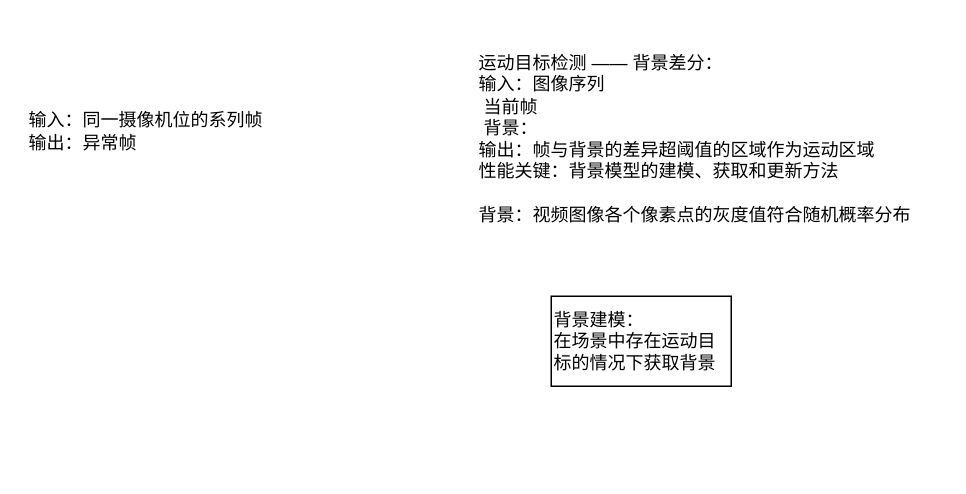
This is page "第 2 页" (2 of 2) of Untitled Diagram.drawio from nightluo/learning, a draw.io file, before an edit. Source tidied: cells renumbered, new cells numbered last; positions are measured from the earlier drawing's top-left corner, leaving out a move shared by most shapes. Both pictures are drawn from the tidied source at 150%, with x=0, y=0 at pixel (26, 40).
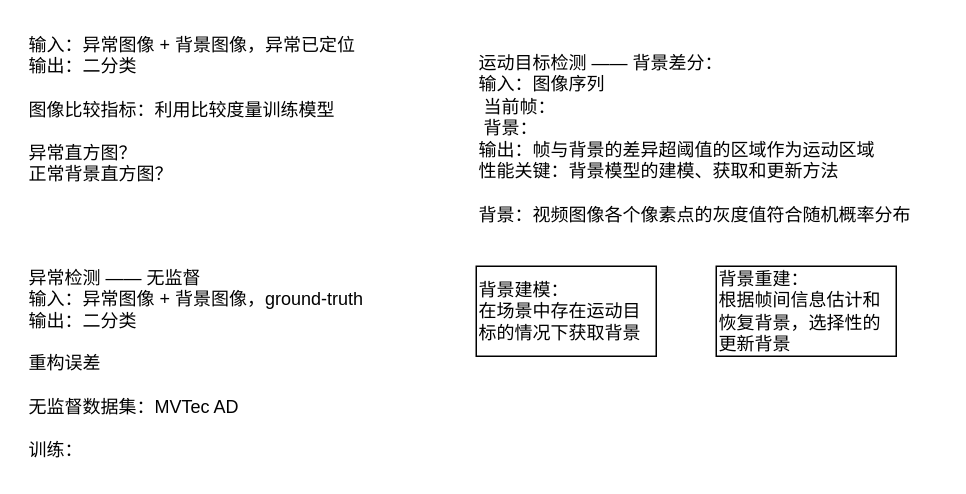
The same diagram, later.

Diff of the diagram source:
```diff
@@
 <mxGraphModel>
   <root>
     <mxCell id="0" />
     <mxCell id="1" parent="0" />
-    <mxCell id="2" value="输入：同一摄像机位的系列帧&lt;br&gt;&lt;div style=&quot;&quot;&gt;&lt;span style=&quot;background-color: initial;&quot;&gt;输出：异常帧&lt;/span&gt;&lt;/div&gt;" style="text;html=1;align=left;verticalAlign=middle;strokeColor=none;fillColor=none;" parent="1" vertex="1">
-      <mxGeometry y="40" width="180" height="40" as="geometry" />
+    <mxCell id="2" value="输入：异常图像 + 背景图像，异常已定位&lt;br&gt;&lt;div style=&quot;&quot;&gt;&lt;span style=&quot;background-color: initial;&quot;&gt;输出：二分类&lt;/span&gt;&lt;/div&gt;&lt;div style=&quot;&quot;&gt;&lt;span style=&quot;background-color: initial;&quot;&gt;&lt;br&gt;&lt;/span&gt;&lt;/div&gt;&lt;div style=&quot;&quot;&gt;&lt;span style=&quot;background-color: initial;&quot;&gt;图像比较指标：利用比较度量训练模型&lt;/span&gt;&lt;/div&gt;&lt;div style=&quot;&quot;&gt;&lt;br&gt;&lt;/div&gt;&lt;div style=&quot;&quot;&gt;异常直方图？&lt;/div&gt;&lt;div style=&quot;&quot;&gt;正常背景直方图？&lt;/div&gt;&lt;div style=&quot;&quot;&gt;&lt;br&gt;&lt;/div&gt;&lt;div style=&quot;&quot;&gt;&lt;br&gt;&lt;/div&gt;" style="text;html=1;align=left;verticalAlign=middle;strokeColor=none;fillColor=none;" parent="1" vertex="1">
+      <mxGeometry y="-10" width="240" height="140" as="geometry" />
     </mxCell>
-    <mxCell id="3" value="运动目标检测 —— 背景差分：&lt;br&gt;输入：图像序列&lt;br&gt;&lt;span style=&quot;white-space: pre;&quot;&gt; &lt;/span&gt;当前帧&lt;br&gt;&lt;span style=&quot;white-space: pre;&quot;&gt; &lt;/span&gt;背景：&lt;br&gt;&lt;div style=&quot;&quot;&gt;&lt;span style=&quot;background-color: initial;&quot;&gt;输出：帧与背景的差异超阈值的区域作为运动区域&lt;/span&gt;&lt;/div&gt;&lt;div style=&quot;&quot;&gt;&lt;span style=&quot;background-color: initial;&quot;&gt;性能关键：背景模型的建模、获取和更新方法&lt;/span&gt;&lt;/div&gt;&lt;div style=&quot;&quot;&gt;&lt;span style=&quot;background-color: initial;&quot;&gt;&lt;br&gt;&lt;/span&gt;&lt;/div&gt;&lt;div style=&quot;&quot;&gt;&lt;span style=&quot;background-color: initial;&quot;&gt;背景：视频图像各个像素点的灰度值符合随机概率分布&lt;/span&gt;&lt;/div&gt;" style="text;html=1;align=left;verticalAlign=middle;strokeColor=none;fillColor=none;" parent="1" vertex="1">
+    <mxCell id="3" value="运动目标检测 —— 背景差分：&lt;br&gt;输入：图像序列&lt;br&gt;&lt;span style=&quot;white-space: pre;&quot;&gt; &lt;/span&gt;当前帧：&lt;br&gt;&lt;span style=&quot;white-space: pre;&quot;&gt; &lt;/span&gt;背景：&lt;br&gt;&lt;div style=&quot;&quot;&gt;&lt;span style=&quot;background-color: initial;&quot;&gt;输出：帧与背景的差异超阈值的区域作为运动区域&lt;/span&gt;&lt;/div&gt;&lt;div style=&quot;&quot;&gt;&lt;span style=&quot;background-color: initial;&quot;&gt;性能关键：背景模型的建模、获取和更新方法&lt;/span&gt;&lt;/div&gt;&lt;div style=&quot;&quot;&gt;&lt;span style=&quot;background-color: initial;&quot;&gt;&lt;br&gt;&lt;/span&gt;&lt;/div&gt;&lt;div style=&quot;&quot;&gt;&lt;span style=&quot;background-color: initial;&quot;&gt;背景：视频图像各个像素点的灰度值符合随机概率分布&lt;/span&gt;&lt;/div&gt;" style="text;html=1;align=left;verticalAlign=middle;strokeColor=none;fillColor=none;" parent="1" vertex="1">
       <mxGeometry x="300" width="310" height="130" as="geometry" />
     </mxCell>
     <mxCell id="4" value="背景建模：&lt;br&gt;在场景中存在运动目标的情况下获取背景" style="whiteSpace=wrap;html=1;align=left;" parent="1" vertex="1">
-      <mxGeometry x="350" y="170" width="120" height="60" as="geometry" />
+      <mxGeometry x="300" y="150" width="120" height="60" as="geometry" />
     </mxCell>
+    <mxCell id="5" value="背景重建：&lt;br&gt;根据帧间信息估计和恢复背景，选择性的更新背景" style="whiteSpace=wrap;html=1;align=left;" parent="1" vertex="1">
+      <mxGeometry x="460" y="150" width="120" height="60" as="geometry" />
+    </mxCell>
+    <mxCell id="6" value="异常检测 —— 无监督&lt;br&gt;输入：异常图像 + 背景图像，ground-truth&lt;br&gt;&lt;div style=&quot;&quot;&gt;&lt;span style=&quot;background-color: initial;&quot;&gt;输出：二分类&lt;/span&gt;&lt;/div&gt;&lt;div style=&quot;&quot;&gt;&lt;span style=&quot;background-color: initial;&quot;&gt;&lt;br&gt;&lt;/span&gt;&lt;/div&gt;&lt;div style=&quot;&quot;&gt;&lt;span style=&quot;background-color: initial;&quot;&gt;重构误差&lt;/span&gt;&lt;/div&gt;&lt;div style=&quot;&quot;&gt;&lt;span style=&quot;background-color: initial;&quot;&gt;&lt;br&gt;&lt;/span&gt;&lt;/div&gt;&lt;div style=&quot;&quot;&gt;&lt;span style=&quot;background-color: initial;&quot;&gt;无监督数据集：MVTec AD&lt;/span&gt;&lt;/div&gt;&lt;div style=&quot;&quot;&gt;&lt;br&gt;&lt;/div&gt;&lt;div style=&quot;&quot;&gt;训练：&lt;/div&gt;" style="text;html=1;align=left;verticalAlign=middle;strokeColor=none;fillColor=none;" parent="1" vertex="1">
+      <mxGeometry y="145" width="250" height="140" as="geometry" />
+    </mxCell>
   </root>
 </mxGraphModel>
```
